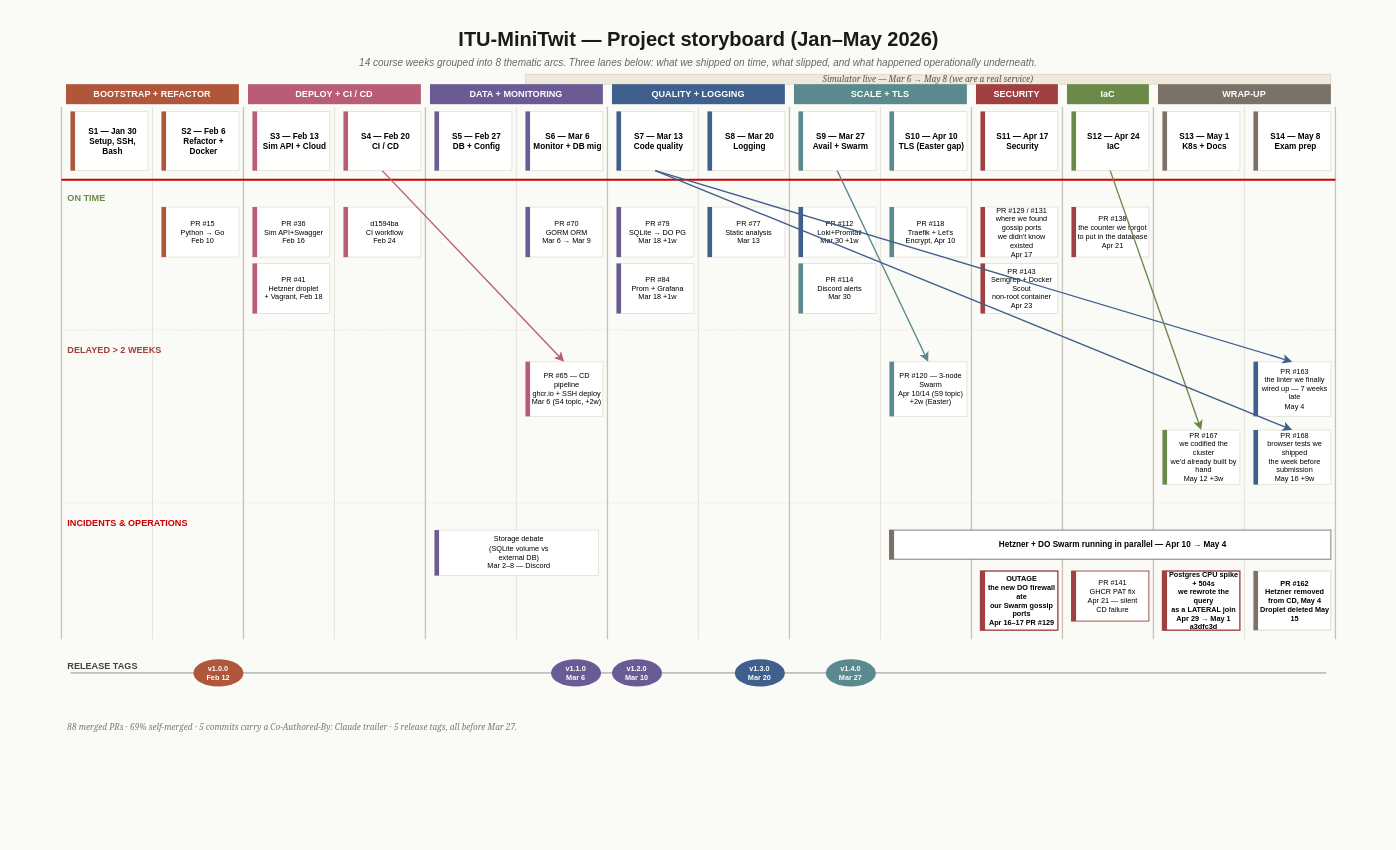
DevTroopers-ITU/itu-minitwit keeps this draw.io diagram as report/exam-storyboard.drawio. Above is the earlier version. Source tidied: cells renumbered, new cells numbered last; positions are measured from the earlier drawing's top-left corner, leaving out a move shared by most shapes. Both pictures are drawn from the tidied source at 91%, with x=0, y=0 at pixel (15, 15).
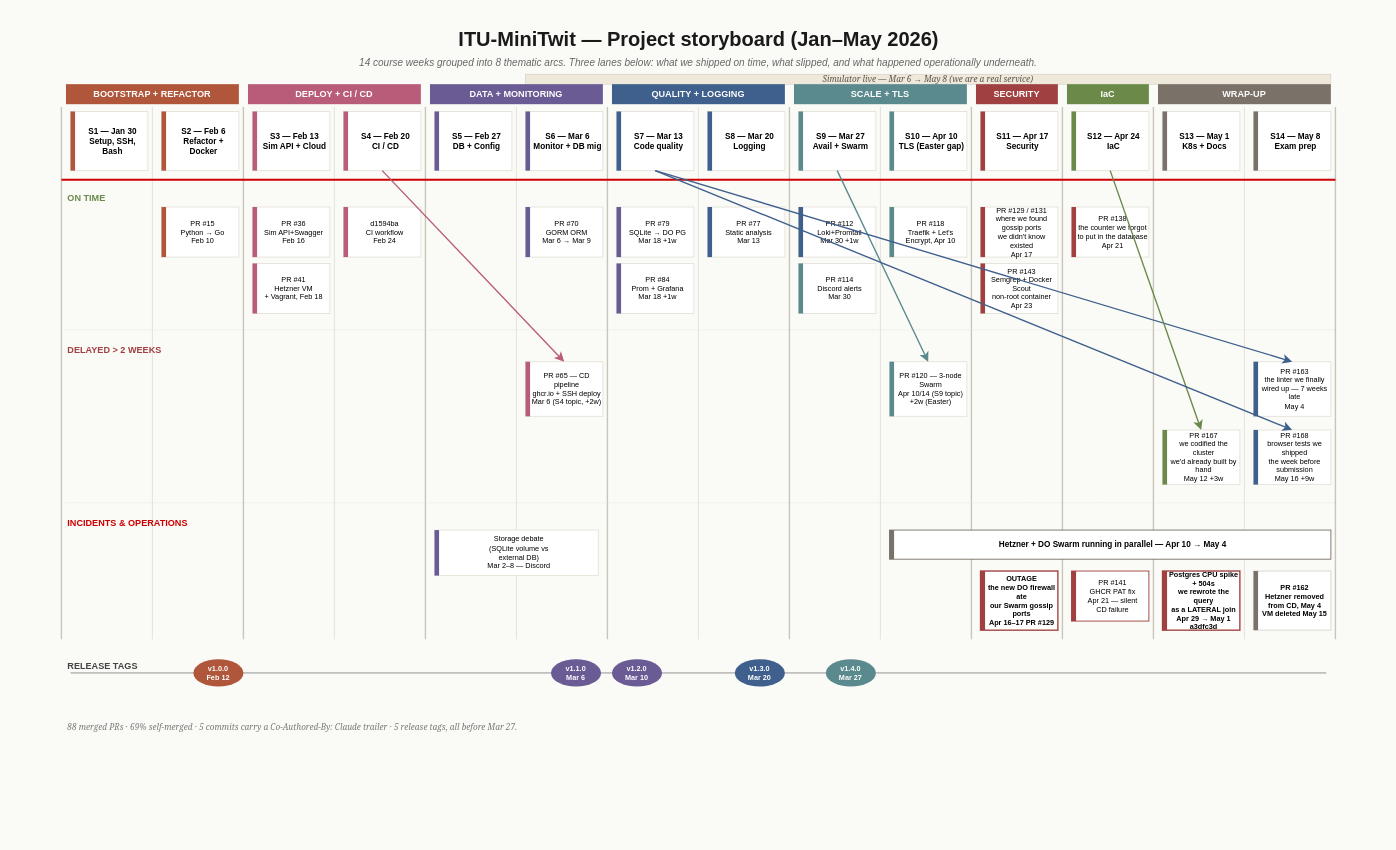
Above is the later version.

Commit message (it also covers changes not shown here):
storyboard: fix Hetzner lingo (droplet -> VM)

Change to the diagram source:
```diff
@@
-    <mxCell id="63" value="PR #41&#10;Hetzner droplet&#10;+ Vagrant, Feb 18" style="rounded=0;whiteSpace=wrap;html=1;fillColor=#FFFFFF;strokeColor=#E5E2DA;strokeWidth=1;fontSize=8;align=center;verticalAlign=middle;spacingLeft=6;" parent="1" vertex="1">
+    <mxCell id="63" value="PR #41&#10;Hetzner VM&#10;+ Vagrant, Feb 18" style="rounded=0;whiteSpace=wrap;html=1;fillColor=#FFFFFF;strokeColor=#E5E2DA;strokeWidth=1;fontSize=8;align=center;verticalAlign=middle;spacingLeft=6;" parent="1" vertex="1">
       <mxGeometry x="260" y="272" width="85" height="55" as="geometry" />
     </mxCell>
@@
-    <mxCell id="116" value="PR #162&#10;Hetzner removed&#10;from CD, May 4&#10;Droplet deleted May 15" style="rounded=0;whiteSpace=wrap;html=1;fillColor=#FFFFFF;strokeColor=#E5E2DA;strokeWidth=1.5;fontSize=8;fontStyle=1;align=center;verticalAlign=middle;spacingLeft=6;" parent="1" vertex="1">
+    <mxCell id="116" value="PR #162&#10;Hetzner removed&#10;from CD, May 4&#10;VM deleted May 15" style="rounded=0;whiteSpace=wrap;html=1;fillColor=#FFFFFF;strokeColor=#E5E2DA;strokeWidth=1.5;fontSize=8;fontStyle=1;align=center;verticalAlign=middle;spacingLeft=6;" parent="1" vertex="1">
       <mxGeometry x="1360" y="610" width="85" height="65" as="geometry" />
     </mxCell>
```
